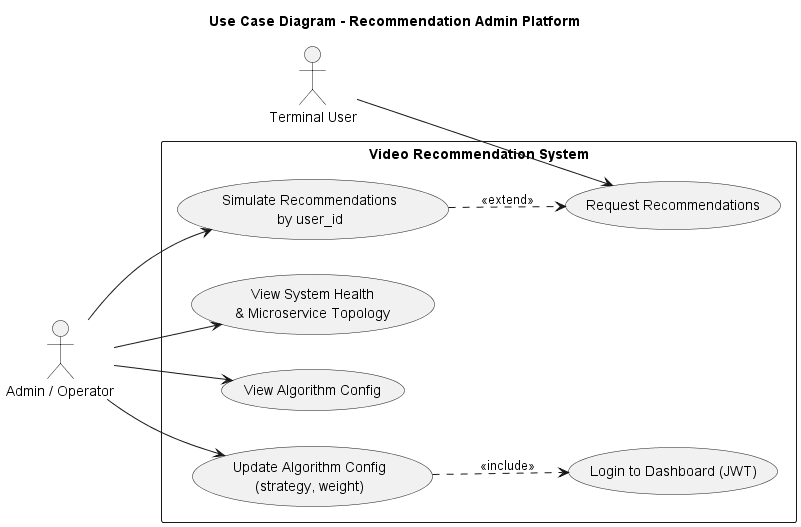
Before: docs/architecture/png/usecase.png, a diagram exported from PlantUML (wwwwtou/capstone). Its diagram source:
```plantuml
@startuml usecase
title Use Case Diagram - Recommendation Admin Platform

left to right direction
skinparam shadowing false

actor "Terminal User" as U
actor "Admin / Operator" as A

rectangle "Video Recommendation System" {
  usecase "Request Recommendations" as UC1
  usecase "Simulate Recommendations\nby user_id" as UC2
  usecase "View System Health\n& Microservice Topology" as UC3
  usecase "View Algorithm Config" as UC4
  usecase "Update Algorithm Config\n(strategy, weight)" as UC5
  usecase "Login to Dashboard (JWT)" as UC6
}

U --> UC1
A --> UC2
A --> UC3
A --> UC4
A --> UC5

UC5 ..> UC6 : <<include>>
UC2 ..> UC1 : <<extend>>
@enduml
```
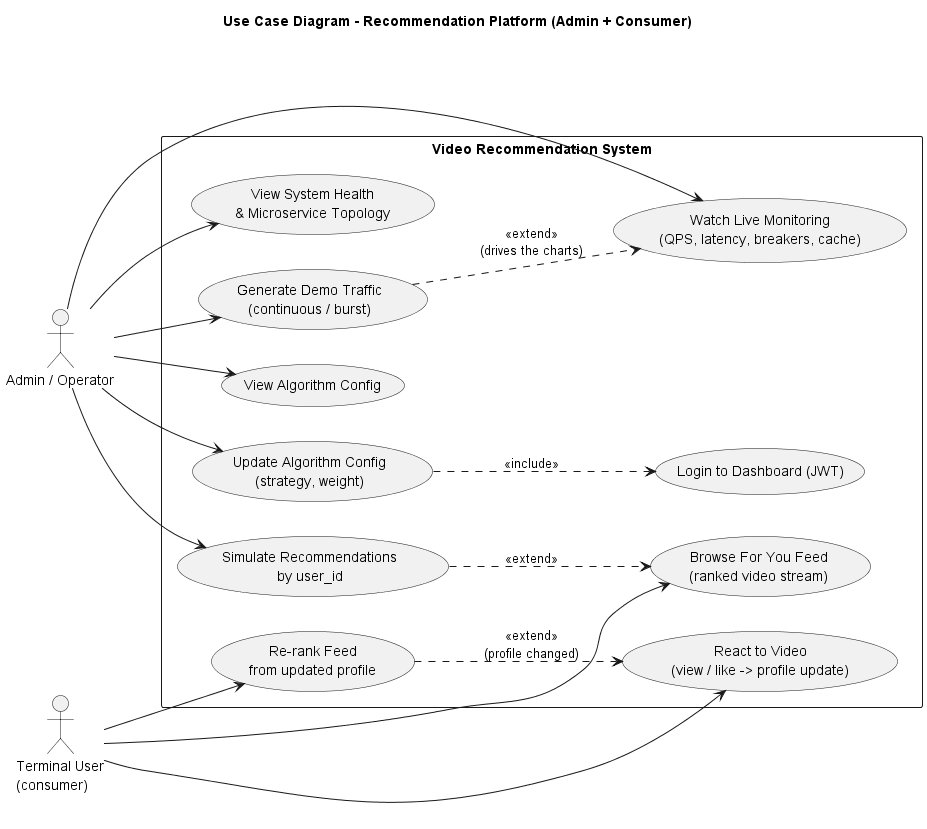
After the commit.

Diff of the diagram source:
```diff
@@ -1,27 +1,38 @@
 @startuml usecase
-title Use Case Diagram - Recommendation Admin Platform
+title Use Case Diagram - Recommendation Platform (Admin + Consumer)
 
 left to right direction
 skinparam shadowing false
 
-actor "Terminal User" as U
+actor "Terminal User\n(consumer)" as U
 actor "Admin / Operator" as A
 
 rectangle "Video Recommendation System" {
-  usecase "Request Recommendations" as UC1
-  usecase "Simulate Recommendations\nby user_id" as UC2
-  usecase "View System Health\n& Microservice Topology" as UC3
-  usecase "View Algorithm Config" as UC4
-  usecase "Update Algorithm Config\n(strategy, weight)" as UC5
-  usecase "Login to Dashboard (JWT)" as UC6
+  usecase "Browse For You Feed\n(ranked video stream)" as UC1
+  usecase "React to Video\n(view / like -> profile update)" as UC2
+  usecase "Re-rank Feed\nfrom updated profile" as UC3
+  usecase "Simulate Recommendations\nby user_id" as UC4
+  usecase "View System Health\n& Microservice Topology" as UC5
+  usecase "Watch Live Monitoring\n(QPS, latency, breakers, cache)" as UC6
+  usecase "Generate Demo Traffic\n(continuous / burst)" as UC7
+  usecase "View Algorithm Config" as UC8
+  usecase "Update Algorithm Config\n(strategy, weight)" as UC9
+  usecase "Login to Dashboard (JWT)" as UC10
 }
 
 U --> UC1
-A --> UC2
-A --> UC3
+U --> UC2
+U --> UC3
+
 A --> UC4
 A --> UC5
+A --> UC6
+A --> UC7
+A --> UC8
+A --> UC9
 
-UC5 ..> UC6 : <<include>>
-UC2 ..> UC1 : <<extend>>
+UC9 ..> UC10 : <<include>>
+UC3 ..> UC2 : <<extend>>\n(profile changed)
+UC4 ..> UC1 : <<extend>>
+UC7 ..> UC6 : <<extend>>\n(drives the charts)
 @enduml
```
